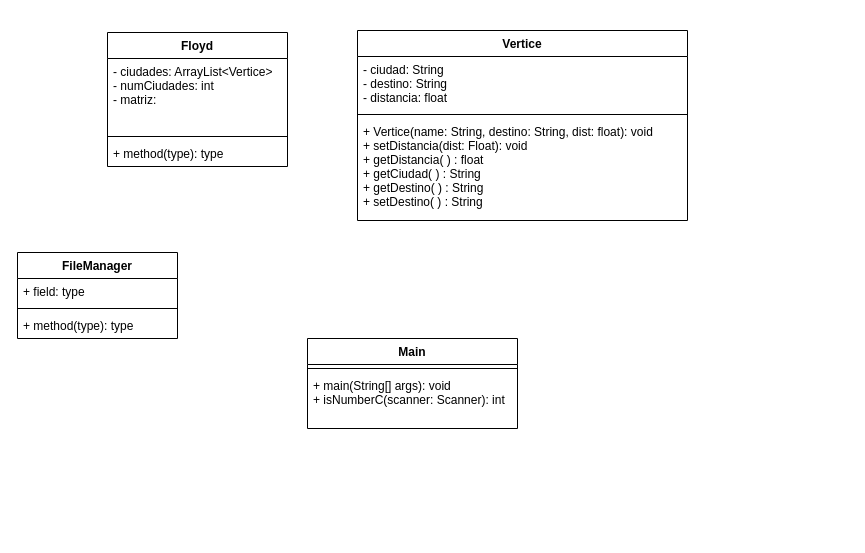
This is UML.drawio from gua21150/HojaTrabajo09, a draw.io file, before an edit. Source tidied: cells renumbered, new cells numbered last; positions are measured from the earlier drawing's top-left corner, leaving out a move shared by most shapes. Both pictures are drawn from the tidied source at 100%, with x=0, y=0 at pixel (17, 30).
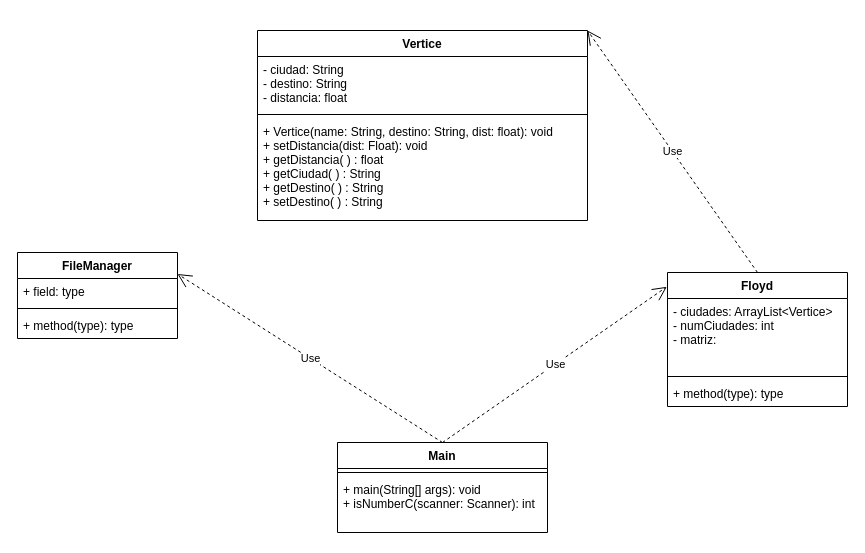
The same diagram, later.

Change to the diagram source:
```diff
@@
 <mxGraphModel>
   <root>
     <mxCell id="0" />
     <mxCell id="1" parent="0" />
     <mxCell id="2" value="Floyd" style="swimlane;fontStyle=1;align=center;verticalAlign=top;horizontal=1;startSize=26;" parent="1" vertex="1">
-      <mxGeometry x="90" y="2" width="180" height="134" as="geometry" />
+      <mxGeometry x="650" y="242" width="180" height="134" as="geometry" />
     </mxCell>
     <mxCell id="3" value="- ciudades: ArrayList&lt;Vertice&gt;&#10;- numCiudades: int&#10;- matriz: " style="text;strokeColor=none;fillColor=none;align=left;verticalAlign=top;spacingLeft=4;spacingRight=4;overflow=hidden;" parent="2" vertex="1">
       <mxGeometry y="26" width="180" height="74" as="geometry" />
     </mxCell>
     <mxCell id="4" style="line;strokeWidth=1;fillColor=none;align=left;verticalAlign=middle;spacingTop=-1;spacingLeft=3;spacingRight=3;labelPosition=right;" parent="2" vertex="1">
       <mxGeometry y="100" width="180" height="8" as="geometry" />
     </mxCell>
     <mxCell id="5" value="+ method(type): type" style="text;strokeColor=none;fillColor=none;align=left;verticalAlign=top;spacingLeft=4;spacingRight=4;overflow=hidden;" parent="2" vertex="1">
       <mxGeometry y="108" width="180" height="26" as="geometry" />
     </mxCell>
     <mxCell id="6" value="Vertice" style="swimlane;fontStyle=1;align=center;verticalAlign=top;horizontal=1;startSize=26;" parent="1" vertex="1">
-      <mxGeometry x="340" width="330" height="190" as="geometry" />
+      <mxGeometry x="240" width="330" height="190" as="geometry" />
     </mxCell>
     <mxCell id="7" value="- ciudad: String&#10;- destino: String&#10;- distancia: float" style="text;strokeColor=none;fillColor=none;align=left;verticalAlign=top;spacingLeft=4;spacingRight=4;overflow=hidden;" parent="6" vertex="1">
       <mxGeometry y="26" width="330" height="54" as="geometry" />
     </mxCell>
     <mxCell id="8" style="line;strokeWidth=1;fillColor=none;align=left;verticalAlign=middle;spacingTop=-1;spacingLeft=3;spacingRight=3;labelPosition=right;" parent="6" vertex="1">
       <mxGeometry y="80" width="330" height="8" as="geometry" />
     </mxCell>
     <mxCell id="9" value="+ Vertice(name: String, destino: String, dist: float): void&#10;+ setDistancia(dist: Float): void&#10;+ getDistancia( ) : float&#10;+ getCiudad( ) : String&#10;+ getDestino( ) : String&#10;+ setDestino( ) : String" style="text;strokeColor=none;fillColor=none;align=left;verticalAlign=top;spacingLeft=4;spacingRight=4;overflow=hidden;" parent="6" vertex="1">
       <mxGeometry y="88" width="330" height="102" as="geometry" />
     </mxCell>
     <mxCell id="10" value="FileManager" style="swimlane;fontStyle=1;align=center;verticalAlign=top;horizontal=1;startSize=26;" parent="1" vertex="1">
       <mxGeometry y="222" width="160" height="86" as="geometry" />
     </mxCell>
     <mxCell id="11" value="+ field: type" style="text;strokeColor=none;fillColor=none;align=left;verticalAlign=top;spacingLeft=4;spacingRight=4;overflow=hidden;" parent="10" vertex="1">
       <mxGeometry y="26" width="160" height="26" as="geometry" />
     </mxCell>
     <mxCell id="12" style="line;strokeWidth=1;fillColor=none;align=left;verticalAlign=middle;spacingTop=-1;spacingLeft=3;spacingRight=3;labelPosition=right;" parent="10" vertex="1">
       <mxGeometry y="52" width="160" height="8" as="geometry" />
     </mxCell>
     <mxCell id="13" value="+ method(type): type" style="text;strokeColor=none;fillColor=none;align=left;verticalAlign=top;spacingLeft=4;spacingRight=4;overflow=hidden;" parent="10" vertex="1">
       <mxGeometry y="60" width="160" height="26" as="geometry" />
     </mxCell>
     <mxCell id="14" value="Main" style="swimlane;fontStyle=1;align=center;verticalAlign=top;horizontal=1;startSize=26;" parent="1" vertex="1">
-      <mxGeometry x="290" y="308" width="210" height="90" as="geometry" />
+      <mxGeometry x="320" y="412" width="210" height="90" as="geometry" />
     </mxCell>
     <mxCell id="15" style="line;strokeWidth=1;fillColor=none;align=left;verticalAlign=middle;spacingTop=-1;spacingLeft=3;spacingRight=3;labelPosition=right;" parent="14" vertex="1">
       <mxGeometry y="26" width="210" height="8" as="geometry" />
     </mxCell>
     <mxCell id="16" value="+ main(String[] args): void&#10;+ isNumberC(scanner: Scanner): int" style="text;strokeColor=none;fillColor=none;align=left;verticalAlign=top;spacingLeft=4;spacingRight=4;overflow=hidden;" parent="14" vertex="1">
       <mxGeometry y="34" width="210" height="56" as="geometry" />
     </mxCell>
+    <mxCell id="17" value="Use" style="endArrow=open;endSize=12;dashed=1;html=1;rounded=0;exitX=0.5;exitY=0;exitDx=0;exitDy=0;entryX=1;entryY=0.25;entryDx=0;entryDy=0;" parent="1" edge="1" source="14" target="10">
+      <mxGeometry relative="1" as="geometry" />
+    </mxCell>
+    <mxCell id="18" value="Use" style="endArrow=open;endSize=12;dashed=1;html=1;rounded=0;exitX=0.5;exitY=0;exitDx=0;exitDy=0;entryX=-0.004;entryY=0.107;entryDx=0;entryDy=0;entryPerimeter=0;" parent="1" edge="1" source="14" target="2">
+      <mxGeometry relative="1" as="geometry" />
+    </mxCell>
+    <mxCell id="19" value="Use" style="endArrow=open;endSize=12;dashed=1;html=1;rounded=0;exitX=0.5;exitY=0;exitDx=0;exitDy=0;entryX=1;entryY=0;entryDx=0;entryDy=0;" parent="1" edge="1" source="2" target="6">
+      <mxGeometry relative="1" as="geometry" />
+    </mxCell>
   </root>
 </mxGraphModel>
```
